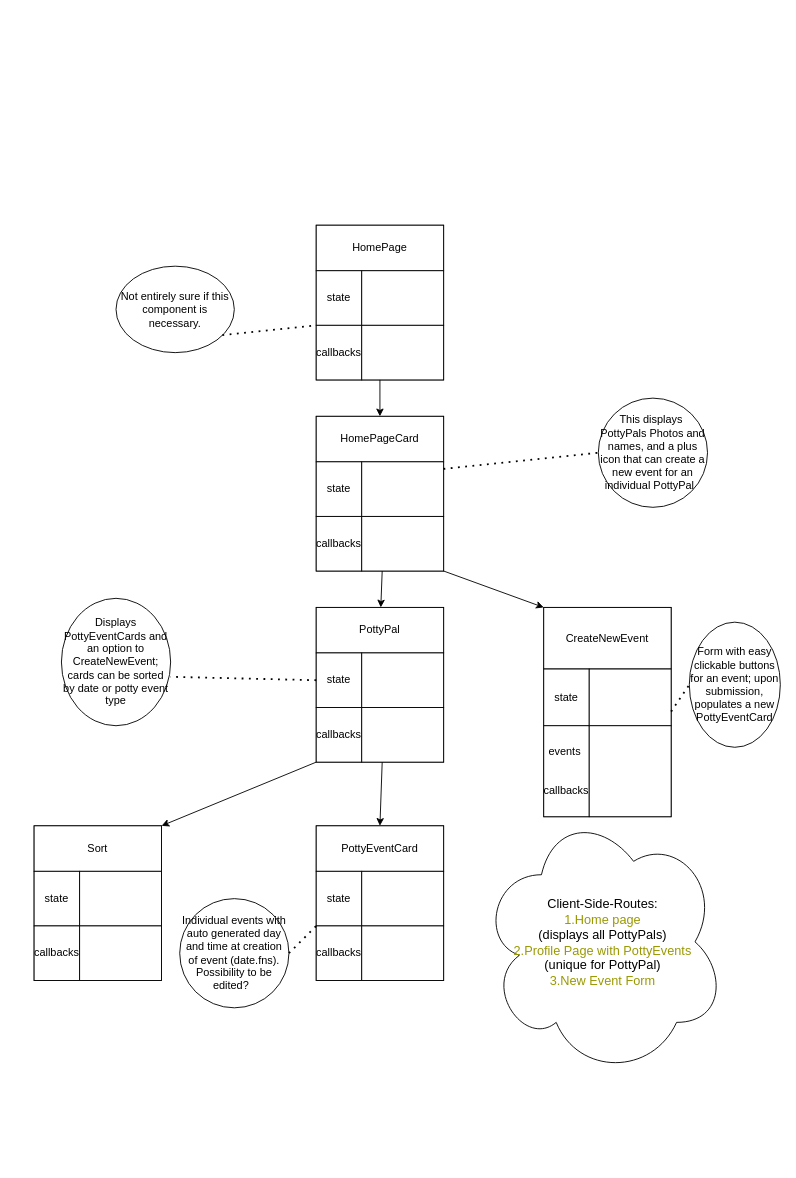
Earlier version of the draw.io diagram wireframe.drawio (kriegercisneros/phase-2-second). Source tidied: cells renumbered, new cells numbered last; positions are measured from the earlier drawing's top-left corner, leaving out a move shared by most shapes. Both pictures are drawn from the tidied source at 91%, with x=0, y=0 at pixel (34, 225).
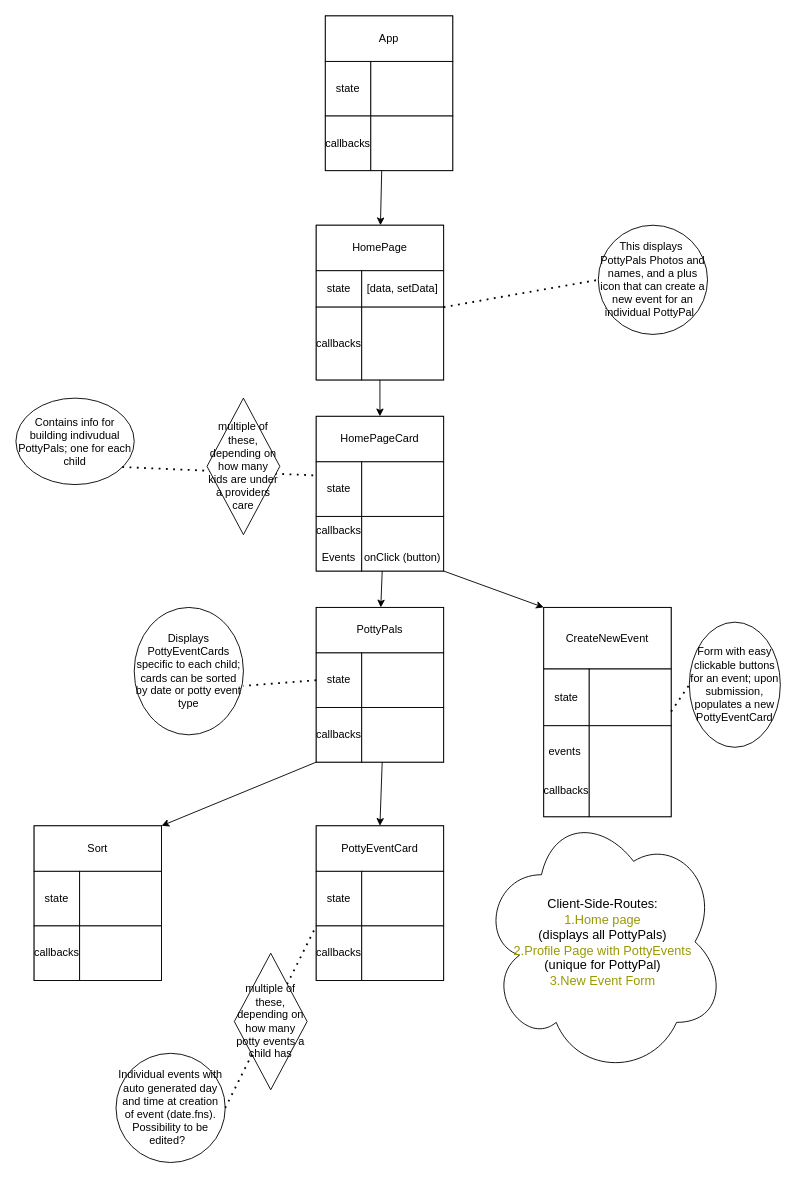
The same diagram, later.

The change refers to these unchanged cells:
```xml
<mxCell id="2" style="group;" parent="1" vertex="1">
  <mxGeometry x="310" width="140" height="170" as="geometry" />
</mxCell>
<mxCell id="4" value="HomePage" style="rounded=0;whiteSpace=wrap;html=1;" parent="2" vertex="1">
  <mxGeometry width="140" height="50" as="geometry" />
</mxCell>
<mxCell id="10" style="group;" parent="1" vertex="1">
  <mxGeometry x="310" y="210" width="140" height="170" as="geometry" />
</mxCell>
<mxCell id="13" value="state" style="rounded=0;whiteSpace=wrap;html=1;" parent="10" vertex="1">
  <mxGeometry y="50" width="50" height="60" as="geometry" />
</mxCell>
<mxCell id="15" style="rounded=0;whiteSpace=wrap;html=1;" parent="10" vertex="1">
  <mxGeometry x="50" y="50" width="90" height="60" as="geometry" />
</mxCell>
<mxCell id="17" style="group;" parent="1" vertex="1">
  <mxGeometry x="310" y="420" width="140" height="170" as="geometry" />
</mxCell>
```

Change to the diagram source:
```diff
@@
     <mxCell id="5" value="state" style="rounded=0;whiteSpace=wrap;html=1;" parent="2" vertex="1">
-      <mxGeometry y="50" width="50" height="60" as="geometry" />
+      <mxGeometry y="50" width="50" height="40" as="geometry" />
     </mxCell>
     <mxCell id="6" value="callbacks" style="rounded=0;whiteSpace=wrap;html=1;" parent="2" vertex="1">
-      <mxGeometry y="110" width="50" height="60" as="geometry" />
+      <mxGeometry y="90" width="50" height="80" as="geometry" />
     </mxCell>
@@
-    <mxCell id="8" style="rounded=0;whiteSpace=wrap;html=1;" parent="2" vertex="1">
-      <mxGeometry x="50" y="50" width="90" height="60" as="geometry" />
+    <mxCell id="8" value="[data, setData]" style="rounded=0;whiteSpace=wrap;html=1;" parent="2" vertex="1">
+      <mxGeometry x="50" y="50" width="90" height="40" as="geometry" />
     </mxCell>
     <mxCell id="9" style="rounded=0;whiteSpace=wrap;html=1;" parent="2" vertex="1">
-      <mxGeometry x="50" y="110" width="90" height="60" as="geometry" />
+      <mxGeometry x="50" y="90" width="90" height="80" as="geometry" />
     </mxCell>
@@
-    <mxCell id="14" value="callbacks" style="rounded=0;whiteSpace=wrap;html=1;" parent="10" vertex="1">
+    <mxCell id="14" value="callbacks&lt;br&gt;&lt;br&gt;Events" style="rounded=0;whiteSpace=wrap;html=1;" parent="10" vertex="1">
       <mxGeometry y="110" width="50" height="60" as="geometry" />
     </mxCell>
@@
-    <mxCell id="16" style="rounded=0;whiteSpace=wrap;html=1;" parent="10" vertex="1">
+    <mxCell id="16" value="&lt;br&gt;&lt;br&gt;onClick (button)" style="rounded=0;whiteSpace=wrap;html=1;" parent="10" vertex="1">
       <mxGeometry x="50" y="110" width="90" height="60" as="geometry" />
     </mxCell>
@@
-    <mxCell id="19" value="PottyPal" style="rounded=0;whiteSpace=wrap;html=1;" parent="17" vertex="1">
+    <mxCell id="19" value="PottyPals" style="rounded=0;whiteSpace=wrap;html=1;" parent="17" vertex="1">
       <mxGeometry width="140" height="50" as="geometry" />
     </mxCell>
@@
     <mxCell id="38" value="This displays&amp;nbsp; PottyPals Photos and names, and a plus icon that can create a new event for an individual PottyPal&amp;nbsp;&amp;nbsp;" style="ellipse;whiteSpace=wrap;html=1;" parent="1" vertex="1">
-      <mxGeometry x="620" y="190" width="120" height="120" as="geometry" />
+      <mxGeometry x="620" width="120" height="120" as="geometry" />
     </mxCell>
@@
-    <mxCell id="40" style="endArrow=none;dashed=1;html=1;dashPattern=1 3;strokeWidth=2;entryX=0;entryY=0.5;entryDx=0;entryDy=0;exitX=0.998;exitY=0.13;exitDx=0;exitDy=0;exitPerimeter=0;" parent="1" edge="1" source="15" target="38">
+    <mxCell id="40" style="endArrow=none;dashed=1;html=1;dashPattern=1 3;strokeWidth=2;entryX=0;entryY=0.5;entryDx=0;entryDy=0;exitX=1;exitY=0;exitDx=0;exitDy=0;" parent="1" edge="1" source="9" target="38">
       <mxGeometry relative="1" as="geometry" />
     </mxCell>
-    <mxCell id="41" value="Displays PottyEventCards and an option to CreateNewEvent; cards can be sorted by date or potty event type" style="ellipse;whiteSpace=wrap;html=1;" parent="1" vertex="1">
-      <mxGeometry x="30" y="410" width="120" height="140" as="geometry" />
+    <mxCell id="41" value="Displays PottyEventCards specific to each child; cards can be sorted by date or potty event type" style="ellipse;whiteSpace=wrap;html=1;" parent="1" vertex="1">
+      <mxGeometry x="110" y="420" width="120" height="140" as="geometry" />
     </mxCell>
@@
     <mxCell id="48" value="Individual events with auto generated day and time at creation of event (date.fns). Possibility to be edited?&amp;nbsp;&amp;nbsp;" style="ellipse;whiteSpace=wrap;html=1;" parent="1" vertex="1">
-      <mxGeometry x="160" y="740" width="120" height="120" as="geometry" />
+      <mxGeometry x="90" y="910" width="120" height="120" as="geometry" />
     </mxCell>
@@
-    <mxCell id="50" value="Not entirely sure if this component is necessary." style="ellipse;whiteSpace=wrap;html=1;" parent="1" vertex="1">
-      <mxGeometry x="90" y="45" width="130" height="95" as="geometry" />
+    <mxCell id="50" value="Contains info for building indivudual PottyPals; one for each child" style="ellipse;whiteSpace=wrap;html=1;" parent="1" vertex="1">
+      <mxGeometry x="-20" y="190" width="130" height="95" as="geometry" />
     </mxCell>
-    <mxCell id="51" style="endArrow=none;dashed=1;html=1;dashPattern=1 3;strokeWidth=2;exitX=0.899;exitY=0.797;exitDx=0;exitDy=0;exitPerimeter=0;entryX=0;entryY=0;entryDx=0;entryDy=0;" parent="1" edge="1" source="50" target="6">
+    <mxCell id="51" style="endArrow=none;dashed=1;html=1;dashPattern=1 3;strokeWidth=2;exitX=0.899;exitY=0.797;exitDx=0;exitDy=0;exitPerimeter=0;entryX=0;entryY=0.25;entryDx=0;entryDy=0;" parent="1" edge="1" source="50" target="13">
       <mxGeometry relative="1" as="geometry" />
     </mxCell>
@@
+    <mxCell id="61" style="group;" parent="1" vertex="1">
+      <mxGeometry x="320" y="-230" width="140" height="170" as="geometry" />
+    </mxCell>
+    <mxCell id="62" style="rounded=0;whiteSpace=wrap;html=1;" parent="61" vertex="1">
+      <mxGeometry width="140" height="170" as="geometry" />
+    </mxCell>
+    <mxCell id="63" value="App" style="rounded=0;whiteSpace=wrap;html=1;" parent="61" vertex="1">
+      <mxGeometry width="140" height="50" as="geometry" />
+    </mxCell>
+    <mxCell id="64" value="state" style="rounded=0;whiteSpace=wrap;html=1;" parent="61" vertex="1">
+      <mxGeometry y="50" width="50" height="60" as="geometry" />
+    </mxCell>
+    <mxCell id="65" value="callbacks" style="rounded=0;whiteSpace=wrap;html=1;" parent="61" vertex="1">
+      <mxGeometry y="110" width="50" height="60" as="geometry" />
+    </mxCell>
+    <mxCell id="66" style="edgeStyle=none;html=1;exitX=0.25;exitY=0;exitDx=0;exitDy=0;" parent="61" edge="1" source="67" target="63">
+      <mxGeometry relative="1" as="geometry" />
+    </mxCell>
+    <mxCell id="67" style="rounded=0;whiteSpace=wrap;html=1;" parent="61" vertex="1">
+      <mxGeometry x="50" y="50" width="90" height="60" as="geometry" />
+    </mxCell>
+    <mxCell id="68" style="rounded=0;whiteSpace=wrap;html=1;" parent="61" vertex="1">
+      <mxGeometry x="50" y="110" width="90" height="60" as="geometry" />
+    </mxCell>
+    <mxCell id="69" value="multiple of these, depending on how many kids are under a providers care" style="rhombus;whiteSpace=wrap;html=1;" parent="1" vertex="1">
+      <mxGeometry x="190" y="190" width="80" height="150" as="geometry" />
+    </mxCell>
+    <mxCell id="70" value="multiple of these, depending on how many potty events a child has" style="rhombus;whiteSpace=wrap;html=1;" parent="1" vertex="1">
+      <mxGeometry x="220" y="800" width="80" height="150" as="geometry" />
+    </mxCell>
+    <mxCell id="71" style="endArrow=classic;html=1;exitX=0.133;exitY=0.992;exitDx=0;exitDy=0;exitPerimeter=0;" parent="1" edge="1" source="68" target="4">
+      <mxGeometry relative="1" as="geometry" />
+    </mxCell>
```
